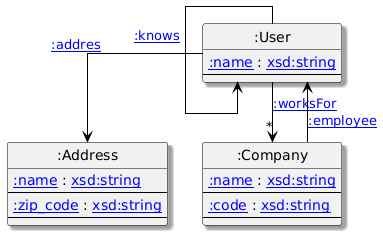
The PlantUML diagram rudof/out.png in rudof-project/tutorials, before a commit.
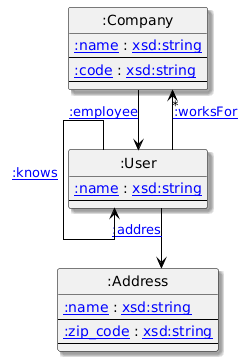
The same diagram one commit later.

Change to the diagram source:
```diff
@@ -7,8 +7,10 @@
  BorderColor Black
  ArrowColor Black
 }
-class ":User" as 1 <<(S,#FF7700)>> [[http://example.org/User :User]] {
+class ":Company" as 2 <<(S,#FF7700)>> [[http://example.org/Company :Company]] {
 [[http://example.org/name :name]] : [[http://www.w3.org/2001/XMLSchema#string xsd:string]]
+--
+[[http://example.org/code :code]] : [[http://www.w3.org/2001/XMLSchema#string xsd:string]]
 --
 }
 class ":Address" as 3 <<(S,#FF7700)>> [[http://example.org/Address :Address]] {
@@ -17,10 +19,8 @@
 [[http://example.org/zip_code :zip_code]] : [[http://www.w3.org/2001/XMLSchema#string xsd:string]]
 --
 }
-class ":Company" as 2 <<(S,#FF7700)>> [[http://example.org/Company :Company]] {
+class ":User" as 1 <<(S,#FF7700)>> [[http://example.org/User :User]] {
 [[http://example.org/name :name]] : [[http://www.w3.org/2001/XMLSchema#string xsd:string]]
---
-[[http://example.org/code :code]] : [[http://www.w3.org/2001/XMLSchema#string xsd:string]]
 --
 }
 1 --> "*" 2 : [[http://example.org/worksFor :worksFor]]
```
